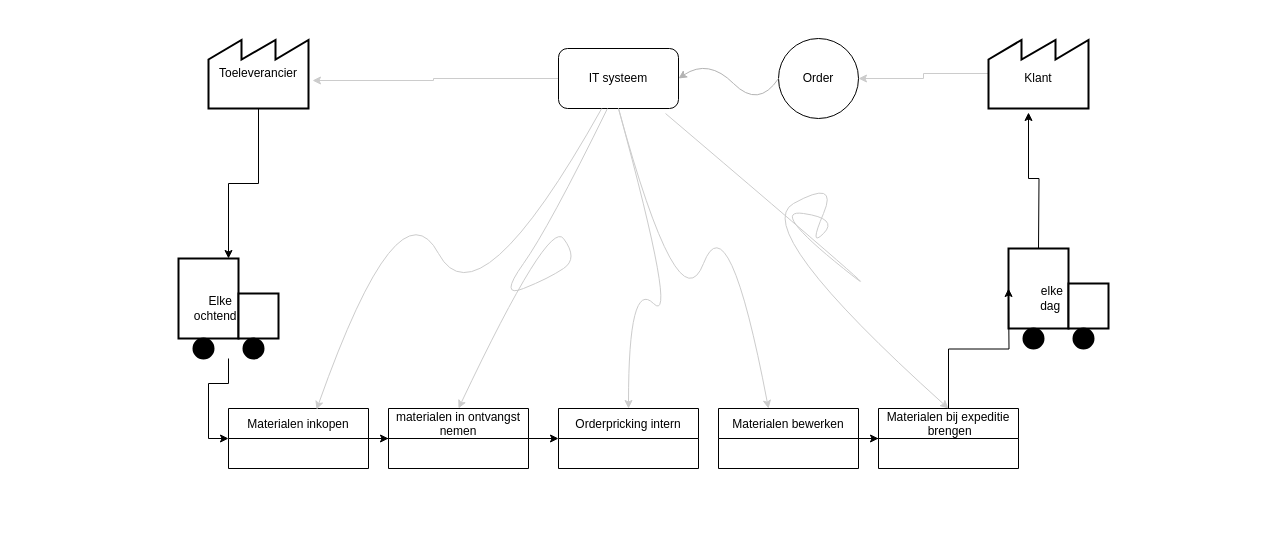
Earlier version of the draw.io diagram Untitled Diagram.drawio (MaestroCollin/karting-vue). Source tidied: cells renumbered, new cells numbered last; positions are measured from the earlier drawing's top-left corner, leaving out a move shared by most shapes. Both pictures are drawn from the tidied source at 100%, with x=0, y=0 at pixel (178, 38).
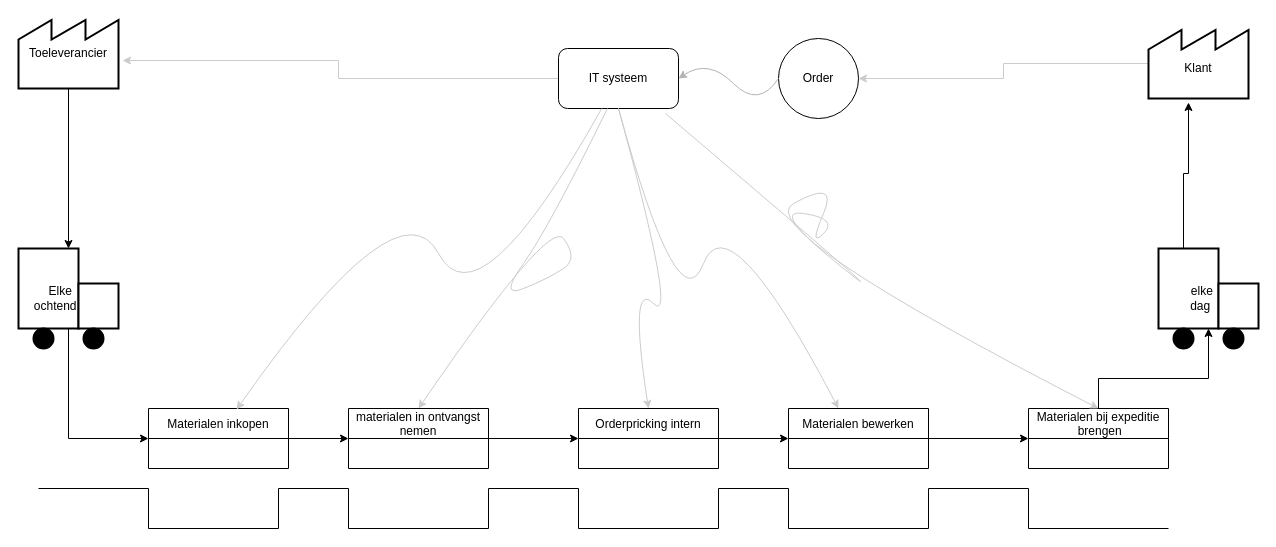
The same diagram, later.

The edit, as a diff of the source:
```diff
@@
     <mxCell id="5" value="Toeleverancier" style="strokeWidth=2;html=1;shape=mxgraph.lean_mapping.outside_sources;whiteSpace=wrap;align=center;" parent="1" vertex="1">
-      <mxGeometry x="30" width="100" height="70" as="geometry" />
+      <mxGeometry x="-160" y="-20" width="100" height="70" as="geometry" />
     </mxCell>
@@
     <mxCell id="7" value="&lt;table cellpadding=&quot;5&quot; cellspacing=&quot;0&quot; style=&quot;font-size: 1em ; width: 100% ; height: 100%&quot;&gt;&lt;tbody&gt;&lt;tr&gt;&lt;td height=&quot;50%&quot;&gt;&lt;/td&gt;&lt;/tr&gt;&lt;tr&gt;&lt;td align=&quot;center&quot; height=&quot;50%&quot;&gt;Klant&lt;/td&gt;&lt;/tr&gt;&lt;/tbody&gt;&lt;/table&gt;" style="strokeWidth=2;html=1;shape=mxgraph.lean_mapping.outside_sources;whiteSpace=wrap;align=center;" parent="1" vertex="1">
-      <mxGeometry x="810" width="100" height="70" as="geometry" />
+      <mxGeometry x="970" y="-10" width="100" height="70" as="geometry" />
     </mxCell>
@@
-    <mxCell id="9" style="edgeStyle=orthogonalEdgeStyle;rounded=0;jettySize=auto;html=1;entryX=0;entryY=0.5;entryDx=0;entryDy=0;" parent="1" edge="1" source="10" target="14">
-      <mxGeometry relative="1" as="geometry" />
+    <mxCell id="9" style="edgeStyle=orthogonalEdgeStyle;rounded=0;jettySize=auto;html=1;entryX=0;entryY=0.5;entryDx=0;entryDy=0;exitX=0.5;exitY=0.8;exitDx=0;exitDy=0;exitPerimeter=0;" parent="1" edge="1" source="10" target="14">
+      <mxGeometry relative="1" as="geometry">
+        <Array as="points">
+          <mxPoint x="-110" y="400" />
+        </Array>
+      </mxGeometry>
     </mxCell>
     <mxCell id="10" value="Elke &amp;nbsp; &amp;nbsp;&amp;nbsp;&lt;br&gt;ochtend &amp;nbsp; &amp;nbsp; &amp;nbsp; &amp;nbsp;" style="strokeWidth=2;html=1;shape=mxgraph.lean_mapping.truck_shipment;" parent="1" vertex="1">
-      <mxGeometry y="220" width="100" height="100" as="geometry" />
+      <mxGeometry x="-160" y="210" width="100" height="100" as="geometry" />
     </mxCell>
     <mxCell id="11" value="elke &amp;nbsp; &amp;nbsp;&lt;br&gt;dag &amp;nbsp; &amp;nbsp;&amp;nbsp;" style="strokeWidth=2;html=1;shape=mxgraph.lean_mapping.truck_shipment;" parent="1" vertex="1">
-      <mxGeometry x="830" y="210" width="100" height="100" as="geometry" />
+      <mxGeometry x="980" y="210" width="100" height="100" as="geometry" />
     </mxCell>
-    <mxCell id="12" style="edgeStyle=orthogonalEdgeStyle;rounded=0;jettySize=auto;html=1;entryX=0.4;entryY=1.057;entryDx=0;entryDy=0;entryPerimeter=0;" parent="1" edge="1" target="7">
-      <mxGeometry relative="1" as="geometry">
-        <mxPoint x="860" y="210" as="sourcePoint" />
-      </mxGeometry>
+    <mxCell id="12" style="edgeStyle=orthogonalEdgeStyle;rounded=0;jettySize=auto;html=1;entryX=0.4;entryY=1.057;entryDx=0;entryDy=0;entryPerimeter=0;exitX=0.25;exitY=0;exitDx=0;exitDy=0;" parent="1" edge="1" source="11" target="7">
+      <mxGeometry relative="1" as="geometry" />
     </mxCell>
@@
     <mxCell id="14" value="Materialen inkopen" style="swimlane;fontStyle=0;horizontal=1;startSize=30;" parent="1" vertex="1">
-      <mxGeometry x="50" y="370" width="140" height="60" as="geometry" />
+      <mxGeometry x="-30" y="370" width="140" height="60" as="geometry" />
     </mxCell>
@@
     <mxCell id="16" value="Materialen bewerken" style="swimlane;fontStyle=0;horizontal=1;startSize=30;" parent="1" vertex="1">
-      <mxGeometry x="540" y="370" width="140" height="60" as="geometry" />
+      <mxGeometry x="610" y="370" width="140" height="60" as="geometry" />
     </mxCell>
-    <mxCell id="17" style="edgeStyle=orthogonalEdgeStyle;rounded=0;jettySize=auto;html=1;entryX=0;entryY=0.5;entryDx=0;entryDy=0;" parent="1" edge="1" source="18">
-      <mxGeometry relative="1" as="geometry">
-        <mxPoint x="830" y="250" as="targetPoint" />
-      </mxGeometry>
+    <mxCell id="17" style="edgeStyle=orthogonalEdgeStyle;rounded=0;jettySize=auto;html=1;entryX=0.5;entryY=0.8;entryDx=0;entryDy=0;entryPerimeter=0;" parent="1" edge="1" source="18" target="11">
+      <mxGeometry relative="1" as="geometry" />
     </mxCell>
     <mxCell id="18" value="Materialen bij expeditie&#10; brengen" style="swimlane;fontStyle=0;horizontal=1;startSize=30;" parent="1" vertex="1">
-      <mxGeometry x="700" y="370" width="140" height="60" as="geometry" />
+      <mxGeometry x="850" y="370" width="140" height="60" as="geometry" />
     </mxCell>
@@
     <mxCell id="24" value="materialen in ontvangst&#10;nemen" style="swimlane;fontStyle=0;horizontal=1;startSize=30;" parent="1" vertex="1">
-      <mxGeometry x="210" y="370" width="140" height="60" as="geometry" />
+      <mxGeometry x="170" y="370" width="140" height="60" as="geometry" />
     </mxCell>
@@
+    <mxCell id="28" style="edgeStyle=orthogonalEdgeStyle;rounded=0;jettySize=auto;html=1;entryX=0;entryY=0.5;entryDx=0;entryDy=0;strokeColor=#000000;" parent="1" edge="1" source="26" target="16">
+      <mxGeometry relative="1" as="geometry" />
+    </mxCell>
     <mxCell id="26" value="Orderpricking intern" style="swimlane;fontStyle=0;horizontal=1;startSize=30;" parent="1" vertex="1">
-      <mxGeometry x="380" y="370" width="140" height="60" as="geometry" />
+      <mxGeometry x="400" y="370" width="140" height="60" as="geometry" />
     </mxCell>
@@
+    <mxCell id="29" style="endArrow=none;html=1;rounded=0;strokeColor=#000000;" parent="1" edge="1">
+      <mxGeometry relative="1" as="geometry">
+        <mxPoint x="-140" y="450" as="sourcePoint" />
+        <mxPoint x="990" y="490" as="targetPoint" />
+        <Array as="points">
+          <mxPoint x="-30" y="450" />
+          <mxPoint x="-30" y="490" />
+          <mxPoint x="100" y="490" />
+          <mxPoint x="100" y="450" />
+          <mxPoint x="170" y="450" />
+          <mxPoint x="170" y="490" />
+          <mxPoint x="310" y="490" />
+          <mxPoint x="310" y="450" />
+          <mxPoint x="400" y="450" />
+          <mxPoint x="400" y="490" />
+          <mxPoint x="540" y="490" />
+          <mxPoint x="540" y="450" />
+          <mxPoint x="610" y="450" />
+          <mxPoint x="610" y="490" />
+          <mxPoint x="750" y="490" />
+          <mxPoint x="750" y="450" />
+          <mxPoint x="850" y="450" />
+          <mxPoint x="850" y="490" />
+          <mxPoint x="990" y="490" />
+        </Array>
+      </mxGeometry>
+    </mxCell>
```
